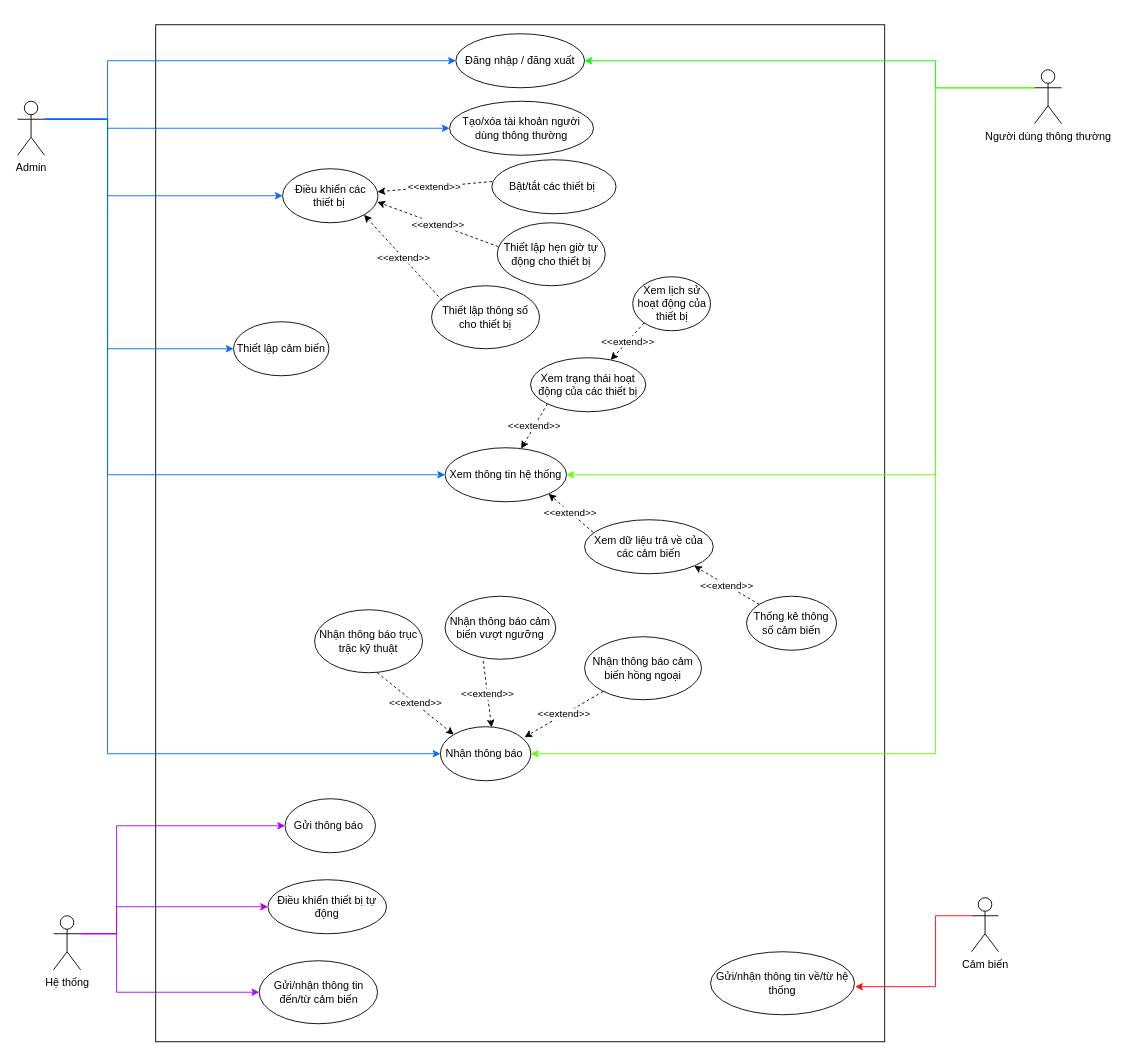
astr0tas/Smart-Home-CNPM keeps this draw.io diagram as Week 2/Use case diagram.drawio. Above is the earlier version. Source tidied: cells renumbered, new cells numbered last; positions are measured from the earlier drawing's top-left corner, leaving out a move shared by most shapes. Both pictures are drawn from the tidied source at 90%, with x=0, y=0 at pixel (17, 24).
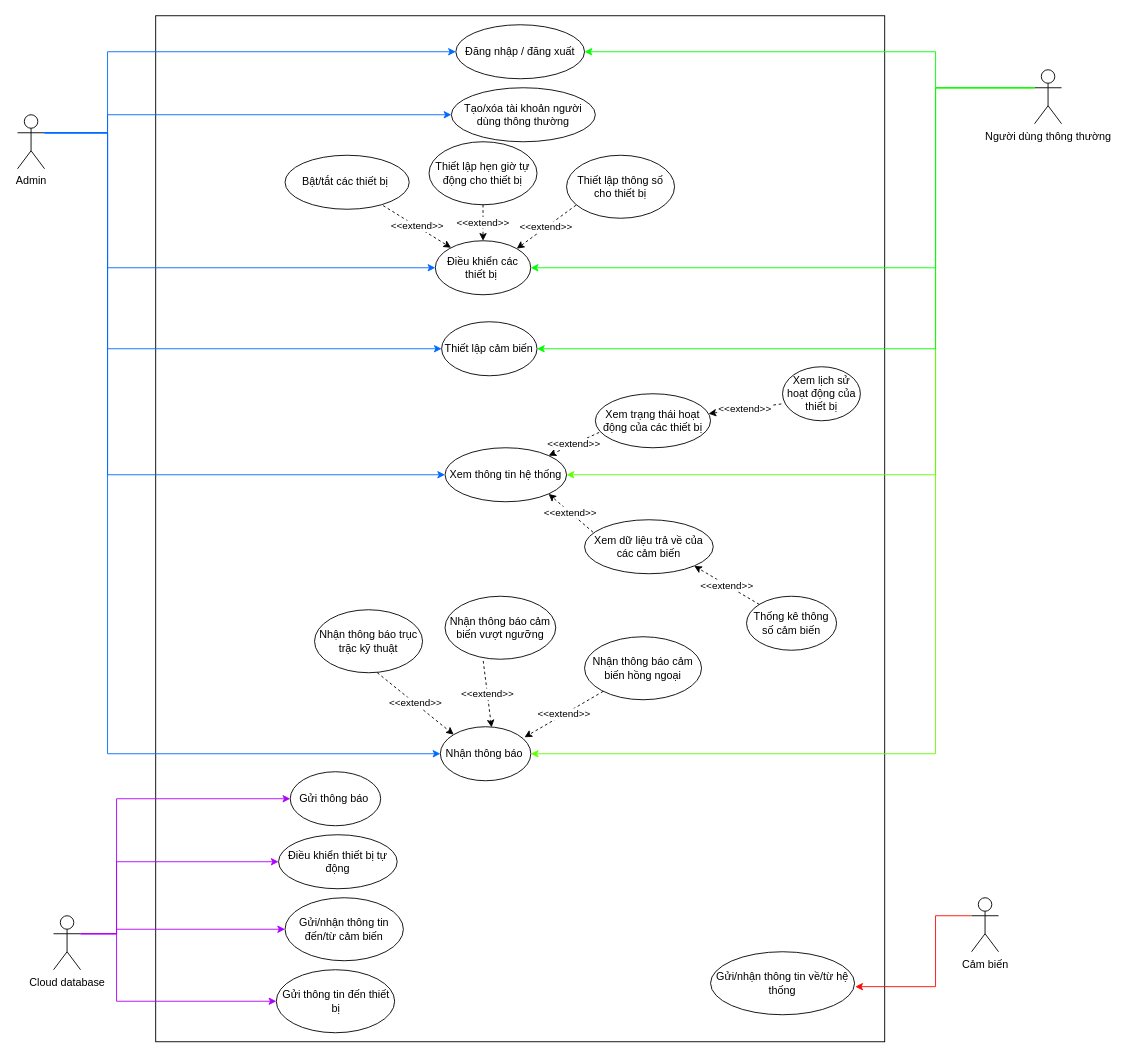
The same page after the edit.

Unchanged cells that the change refers to:
```xml
<mxCell id="12" value="Người dùng thông thường" style="shape=umlActor;verticalLabelPosition=bottom;verticalAlign=top;html=1;outlineConnect=0;" parent="1" vertex="1">
  <mxGeometry x="1130" y="50" width="30" height="60" as="geometry" />
</mxCell>
<mxCell id="35" value="Xem thông tin hệ thống" style="ellipse;whiteSpace=wrap;html=1;" parent="1" vertex="1">
  <mxGeometry x="475" y="470" width="135" height="60" as="geometry" />
</mxCell>
<mxCell id="39" value="Nhận thông báo&amp;nbsp;" style="ellipse;whiteSpace=wrap;html=1;" parent="1" vertex="1">
  <mxGeometry x="469.8" y="780" width="100.5" height="60" as="geometry" />
</mxCell>
```

The edit, as a diff of the source:
```diff
@@
     <mxCell id="2" style="rounded=0;whiteSpace=wrap;html=1;" parent="1" vertex="1">
-      <mxGeometry x="153.5" width="810" height="1130" as="geometry" />
+      <mxGeometry x="153.5" y="-10" width="810" height="1140" as="geometry" />
     </mxCell>
     <mxCell id="3" value="Admin" style="shape=umlActor;verticalLabelPosition=bottom;verticalAlign=top;html=1;outlineConnect=0;" parent="1" vertex="1">
-      <mxGeometry y="85" width="30" height="60" as="geometry" />
+      <mxGeometry y="100" width="30" height="60" as="geometry" />
     </mxCell>
     <mxCell id="4" value="Đăng nhập / đăng xuất" style="ellipse;whiteSpace=wrap;html=1;" parent="1" vertex="1">
-      <mxGeometry x="487" y="10" width="143" height="60" as="geometry" />
+      <mxGeometry x="487" width="143" height="60" as="geometry" />
     </mxCell>
     <mxCell id="5" value="Xem trạng thái hoạt động của các thiết bị" style="ellipse;whiteSpace=wrap;html=1;" parent="1" vertex="1">
-      <mxGeometry x="570" y="370" width="128" height="60" as="geometry" />
+      <mxGeometry x="642" y="410" width="128" height="60" as="geometry" />
     </mxCell>
     <mxCell id="6" value="Điều khiển các thiết bị&amp;nbsp;" style="ellipse;whiteSpace=wrap;html=1;" parent="1" vertex="1">
-      <mxGeometry x="294.5" y="160" width="106" height="60" as="geometry" />
+      <mxGeometry x="464.2" y="240" width="106" height="60" as="geometry" />
     </mxCell>
     <mxCell id="7" value="Bật/tắt các thiết bị&amp;nbsp;" style="ellipse;whiteSpace=wrap;html=1;" parent="1" vertex="1">
-      <mxGeometry x="527" y="150" width="138" height="60" as="geometry" />
+      <mxGeometry x="297.2" y="145" width="138" height="60" as="geometry" />
     </mxCell>
     <mxCell id="8" value="Thiết lập hẹn giờ tự động cho thiết bị" style="ellipse;whiteSpace=wrap;html=1;" parent="1" vertex="1">
-      <mxGeometry x="533" y="220" width="120" height="70" as="geometry" />
+      <mxGeometry x="457.2" y="130" width="120" height="70" as="geometry" />
     </mxCell>
     <mxCell id="9" style="endArrow=classic;html=1;rounded=0;entryX=0;entryY=0.5;entryDx=0;entryDy=0;exitX=1;exitY=0.3333333333333333;exitDx=0;exitDy=0;exitPerimeter=0;edgeStyle=orthogonalEdgeStyle;fillColor=#dae8fc;strokeColor=#006aff;startArrow=none;" parent="1" edge="1" source="3" target="4">
       <mxGeometry relative="1" as="geometry">
         <Array as="points">
-          <mxPoint x="100" y="105" />
-          <mxPoint x="100" y="40" />
+          <mxPoint x="100" y="120" />
+          <mxPoint x="100" y="30" />
         </Array>
       </mxGeometry>
     </mxCell>
     <mxCell id="10" style="endArrow=classic;html=1;rounded=0;exitX=1;exitY=0.3333333333333333;exitDx=0;exitDy=0;exitPerimeter=0;edgeStyle=orthogonalEdgeStyle;fillColor=#dae8fc;strokeColor=#006aff;entryX=0;entryY=0.5;entryDx=0;entryDy=0;" parent="1" edge="1" source="3" target="6">
       <mxGeometry relative="1" as="geometry">
         <Array as="points">
-          <mxPoint x="100" y="105" />
-          <mxPoint x="100" y="190" />
+          <mxPoint x="100" y="120" />
+          <mxPoint x="100" y="270" />
         </Array>
       </mxGeometry>
     </mxCell>
@@
     <mxCell id="13" style="endArrow=classic;html=1;rounded=0;exitX=0;exitY=0.3333333333333333;exitDx=0;exitDy=0;exitPerimeter=0;entryX=1;entryY=0.5;entryDx=0;entryDy=0;edgeStyle=orthogonalEdgeStyle;fillColor=#008a00;strokeColor=#00ff00;" parent="1" edge="1" source="12" target="4">
       <mxGeometry relative="1" as="geometry">
         <Array as="points">
           <mxPoint x="1020" y="70" />
-          <mxPoint x="1020" y="40" />
+          <mxPoint x="1020" y="30" />
         </Array>
       </mxGeometry>
     </mxCell>
-    <mxCell id="14" value="&amp;lt;&amp;lt;extend&amp;gt;&amp;gt;" style="endArrow=classic;html=1;rounded=0;exitX=0.001;exitY=0.404;exitDx=0;exitDy=0;exitPerimeter=0;dashed=1;" parent="1" edge="1" source="7" target="6">
+    <mxCell id="14" value="&amp;lt;&amp;lt;extend&amp;gt;&amp;gt;" style="endArrow=classic;html=1;rounded=0;exitX=0.79;exitY=0.933;exitDx=0;exitDy=0;exitPerimeter=0;dashed=1;" parent="1" edge="1" source="7" target="6">
       <mxGeometry relative="1" as="geometry" />
     </mxCell>
-    <mxCell id="15" value="&amp;lt;&amp;lt;extend&amp;gt;&amp;gt;" style="endArrow=classic;html=1;rounded=0;exitX=0.009;exitY=0.379;exitDx=0;exitDy=0;exitPerimeter=0;dashed=1;entryX=0.993;entryY=0.615;entryDx=0;entryDy=0;entryPerimeter=0;" parent="1" edge="1" source="8" target="6">
+    <mxCell id="15" value="&amp;lt;&amp;lt;extend&amp;gt;&amp;gt;" style="endArrow=classic;html=1;rounded=0;exitX=0.5;exitY=1;exitDx=0;exitDy=0;dashed=1;entryX=0.5;entryY=0;entryDx=0;entryDy=0;" parent="1" edge="1" source="8" target="6">
       <mxGeometry relative="1" as="geometry" />
     </mxCell>
     <mxCell id="16" value="Tạo/xóa tài khoản người dùng thông thường" style="ellipse;whiteSpace=wrap;html=1;" parent="1" vertex="1">
-      <mxGeometry x="480" y="85" width="160" height="60" as="geometry" />
+      <mxGeometry x="482" y="70" width="160" height="60" as="geometry" />
     </mxCell>
     <mxCell id="17" style="endArrow=classic;html=1;rounded=0;exitX=1;exitY=0.3333333333333333;exitDx=0;exitDy=0;exitPerimeter=0;entryX=0;entryY=0.5;entryDx=0;entryDy=0;edgeStyle=orthogonalEdgeStyle;fillColor=#dae8fc;strokeColor=#006aff;" parent="1" edge="1" source="3" target="16">
       <mxGeometry relative="1" as="geometry">
         <Array as="points">
           <mxPoint x="100" y="105" />
-          <mxPoint x="100" y="115" />
+          <mxPoint x="100" y="100" />
+          <mxPoint x="480" y="100" />
         </Array>
       </mxGeometry>
     </mxCell>
     <mxCell id="18" value="Thiết lập thông số cho thiết bị" style="ellipse;whiteSpace=wrap;html=1;" parent="1" vertex="1">
-      <mxGeometry x="460" y="290" width="120" height="70" as="geometry" />
+      <mxGeometry x="610" y="145" width="120" height="70" as="geometry" />
     </mxCell>
-    <mxCell id="19" value="&amp;lt;&amp;lt;extend&amp;gt;&amp;gt;" style="endArrow=classic;html=1;rounded=0;exitX=0.098;exitY=0.235;exitDx=0;exitDy=0;exitPerimeter=0;dashed=1;entryX=1;entryY=1;entryDx=0;entryDy=0;" parent="1" edge="1" source="18" target="6">
+    <mxCell id="19" value="&amp;lt;&amp;lt;extend&amp;gt;&amp;gt;" style="endArrow=classic;html=1;rounded=0;exitX=0.087;exitY=0.794;exitDx=0;exitDy=0;exitPerimeter=0;dashed=1;entryX=1;entryY=0;entryDx=0;entryDy=0;" parent="1" edge="1" source="18" target="6">
       <mxGeometry relative="1" as="geometry" />
     </mxCell>
@@
     <mxCell id="21" style="endArrow=classic;html=1;rounded=0;strokeColor=#006aff;exitX=1;exitY=0.3333333333333333;exitDx=0;exitDy=0;exitPerimeter=0;entryX=0;entryY=0.5;entryDx=0;entryDy=0;edgeStyle=orthogonalEdgeStyle;fillColor=#dae8fc;" parent="1" edge="1" source="3" target="35">
       <mxGeometry relative="1" as="geometry">
         <Array as="points">
-          <mxPoint x="100" y="105" />
+          <mxPoint x="100" y="120" />
           <mxPoint x="100" y="500" />
         </Array>
       </mxGeometry>
     </mxCell>
@@
     <mxCell id="25" value="Xem lịch sử hoạt động của thiết bị" style="ellipse;whiteSpace=wrap;html=1;" parent="1" vertex="1">
-      <mxGeometry x="683.5" y="280" width="86.5" height="60" as="geometry" />
+      <mxGeometry x="850" y="380" width="86.5" height="60" as="geometry" />
     </mxCell>
@@
     <mxCell id="31" style="endArrow=classic;html=1;rounded=0;strokeColor=#006aff;exitX=1;exitY=0.3333333333333333;exitDx=0;exitDy=0;exitPerimeter=0;entryX=0;entryY=0.5;entryDx=0;entryDy=0;edgeStyle=orthogonalEdgeStyle;" parent="1" edge="1" source="3" target="39">
       <mxGeometry relative="1" as="geometry">
         <Array as="points">
-          <mxPoint x="100" y="105" />
+          <mxPoint x="100" y="120" />
           <mxPoint x="100" y="810" />
         </Array>
       </mxGeometry>
     </mxCell>
-    <mxCell id="32" value="&amp;lt;&amp;lt;extend&amp;gt;&amp;gt;" style="endArrow=classic;html=1;rounded=0;exitX=0;exitY=1;exitDx=0;exitDy=0;dashed=1;" parent="1" edge="1" source="25" target="5">
+    <mxCell id="32" value="&amp;lt;&amp;lt;extend&amp;gt;&amp;gt;" style="endArrow=classic;html=1;rounded=0;exitX=-0.015;exitY=0.689;exitDx=0;exitDy=0;dashed=1;exitPerimeter=0;" parent="1" edge="1" source="25" target="5">
       <mxGeometry relative="1" as="geometry" />
     </mxCell>
@@
-    <mxCell id="34" value="Hệ thống" style="shape=umlActor;verticalLabelPosition=bottom;verticalAlign=top;html=1;outlineConnect=0;" parent="1" vertex="1">
+    <mxCell id="34" value="Cloud database" style="shape=umlActor;verticalLabelPosition=bottom;verticalAlign=top;html=1;outlineConnect=0;" parent="1" vertex="1">
       <mxGeometry x="40" y="990" width="30" height="60" as="geometry" />
     </mxCell>
@@
-    <mxCell id="36" value="&amp;lt;&amp;lt;extend&amp;gt;&amp;gt;" style="endArrow=classic;html=1;rounded=0;exitX=0;exitY=1;exitDx=0;exitDy=0;dashed=1;" parent="1" edge="1" source="5" target="35">
-      <mxGeometry relative="1" as="geometry" />
+    <mxCell id="36" value="&amp;lt;&amp;lt;extend&amp;gt;&amp;gt;" style="endArrow=classic;html=1;rounded=0;exitX=0.033;exitY=0.717;exitDx=0;exitDy=0;dashed=1;exitPerimeter=0;" parent="1" edge="1" source="5" target="35">
+      <mxGeometry x="-0.01" relative="1" as="geometry" />
     </mxCell>
@@
     <mxCell id="38" value="Điều khiển thiết bị tự động" style="ellipse;whiteSpace=wrap;html=1;" parent="1" vertex="1">
-      <mxGeometry x="278.2" y="950" width="131.8" height="60" as="geometry" />
+      <mxGeometry x="290" y="900" width="131.8" height="60" as="geometry" />
     </mxCell>
@@
     <mxCell id="43" value="Gửi/nhận thông tin đến/từ cảm biến" style="ellipse;whiteSpace=wrap;html=1;" parent="1" vertex="1">
-      <mxGeometry x="268.5" y="1040" width="131.5" height="70" as="geometry" />
+      <mxGeometry x="297.2" y="970" width="131.5" height="70" as="geometry" />
     </mxCell>
     <mxCell id="44" style="endArrow=classic;html=1;rounded=0;exitX=1;exitY=0.3333333333333333;exitDx=0;exitDy=0;exitPerimeter=0;entryX=0;entryY=0.5;entryDx=0;entryDy=0;fillColor=#e1d5e7;strokeColor=#ae00ff;edgeStyle=orthogonalEdgeStyle;" parent="1" edge="1" source="34" target="38">
       <mxGeometry relative="1" as="geometry">
         <Array as="points">
           <mxPoint x="110" y="1010" />
-          <mxPoint x="110" y="980" />
+          <mxPoint x="110" y="930" />
         </Array>
       </mxGeometry>
     </mxCell>
     <mxCell id="45" style="endArrow=classic;html=1;rounded=0;exitX=1;exitY=0.3333333333333333;exitDx=0;exitDy=0;exitPerimeter=0;entryX=0;entryY=0.5;entryDx=0;entryDy=0;fillColor=#e1d5e7;strokeColor=#ae00ff;edgeStyle=orthogonalEdgeStyle;" parent="1" edge="1" source="34" target="43">
       <mxGeometry relative="1" as="geometry">
         <Array as="points">
           <mxPoint x="110" y="1010" />
-          <mxPoint x="110" y="1075" />
+          <mxPoint x="110" y="1005" />
         </Array>
       </mxGeometry>
     </mxCell>
     <mxCell id="46" value="Gửi thông báo&amp;nbsp;" style="ellipse;whiteSpace=wrap;html=1;" parent="1" vertex="1">
-      <mxGeometry x="297.2" y="860" width="100.5" height="60" as="geometry" />
+      <mxGeometry x="303" y="830" width="100.5" height="60" as="geometry" />
     </mxCell>
     <mxCell id="47" style="endArrow=classic;html=1;rounded=0;entryX=0;entryY=0.5;entryDx=0;entryDy=0;exitX=1;exitY=0.3333333333333333;exitDx=0;exitDy=0;exitPerimeter=0;edgeStyle=orthogonalEdgeStyle;fillColor=#e1d5e7;strokeColor=#ae00ff;" parent="1" edge="1" source="34" target="46">
       <mxGeometry relative="1" as="geometry">
         <Array as="points">
           <mxPoint x="110" y="1010" />
-          <mxPoint x="110" y="890" />
+          <mxPoint x="110" y="860" />
         </Array>
       </mxGeometry>
     </mxCell>
     <mxCell id="48" value="Thiết lập cảm biến" style="ellipse;whiteSpace=wrap;html=1;" parent="1" vertex="1">
-      <mxGeometry x="240" y="330" width="106" height="60" as="geometry" />
+      <mxGeometry x="471.2" y="330" width="106" height="60" as="geometry" />
     </mxCell>
     <mxCell id="49" style="endArrow=classic;html=1;rounded=0;exitX=1;exitY=0.3333333333333333;exitDx=0;exitDy=0;exitPerimeter=0;entryX=0;entryY=0.5;entryDx=0;entryDy=0;fillColor=#dae8fc;strokeColor=#006aff;edgeStyle=orthogonalEdgeStyle;" parent="1" edge="1" source="3" target="48">
       <mxGeometry relative="1" as="geometry">
         <Array as="points">
-          <mxPoint x="100" y="105" />
+          <mxPoint x="100" y="120" />
           <mxPoint x="100" y="360" />
         </Array>
       </mxGeometry>
     </mxCell>
+    <mxCell id="50" style="endArrow=classic;html=1;rounded=0;exitX=0;exitY=0.3333333333333333;exitDx=0;exitDy=0;exitPerimeter=0;entryX=1;entryY=0.5;entryDx=0;entryDy=0;edgeStyle=orthogonalEdgeStyle;fillColor=#008a00;strokeColor=#00ff00;" parent="1" edge="1" source="12" target="6">
+      <mxGeometry relative="1" as="geometry">
+        <Array as="points">
+          <mxPoint x="1020" y="70" />
+          <mxPoint x="1020" y="270" />
+        </Array>
+      </mxGeometry>
+    </mxCell>
+    <mxCell id="51" style="endArrow=classic;html=1;rounded=0;entryX=1;entryY=0.5;entryDx=0;entryDy=0;edgeStyle=orthogonalEdgeStyle;fillColor=#008a00;strokeColor=#00ff00;" parent="1" edge="1" source="12" target="48">
+      <mxGeometry relative="1" as="geometry">
+        <Array as="points">
+          <mxPoint x="1020" y="70" />
+          <mxPoint x="1020" y="360" />
+        </Array>
+      </mxGeometry>
+    </mxCell>
+    <mxCell id="52" value="Gửi thông tin đến thiết bị" style="ellipse;whiteSpace=wrap;html=1;" parent="1" vertex="1">
+      <mxGeometry x="287.5" y="1050" width="131.5" height="70" as="geometry" />
+    </mxCell>
+    <mxCell id="53" style="endArrow=classic;html=1;rounded=0;exitX=1;exitY=0.3333333333333333;exitDx=0;exitDy=0;exitPerimeter=0;entryX=0;entryY=0.5;entryDx=0;entryDy=0;fillColor=#e1d5e7;strokeColor=#ae00ff;edgeStyle=orthogonalEdgeStyle;" parent="1" edge="1" source="34" target="52">
+      <mxGeometry relative="1" as="geometry">
+        <Array as="points">
+          <mxPoint x="110" y="1010" />
+          <mxPoint x="110" y="1085" />
+        </Array>
+      </mxGeometry>
+    </mxCell>
```
